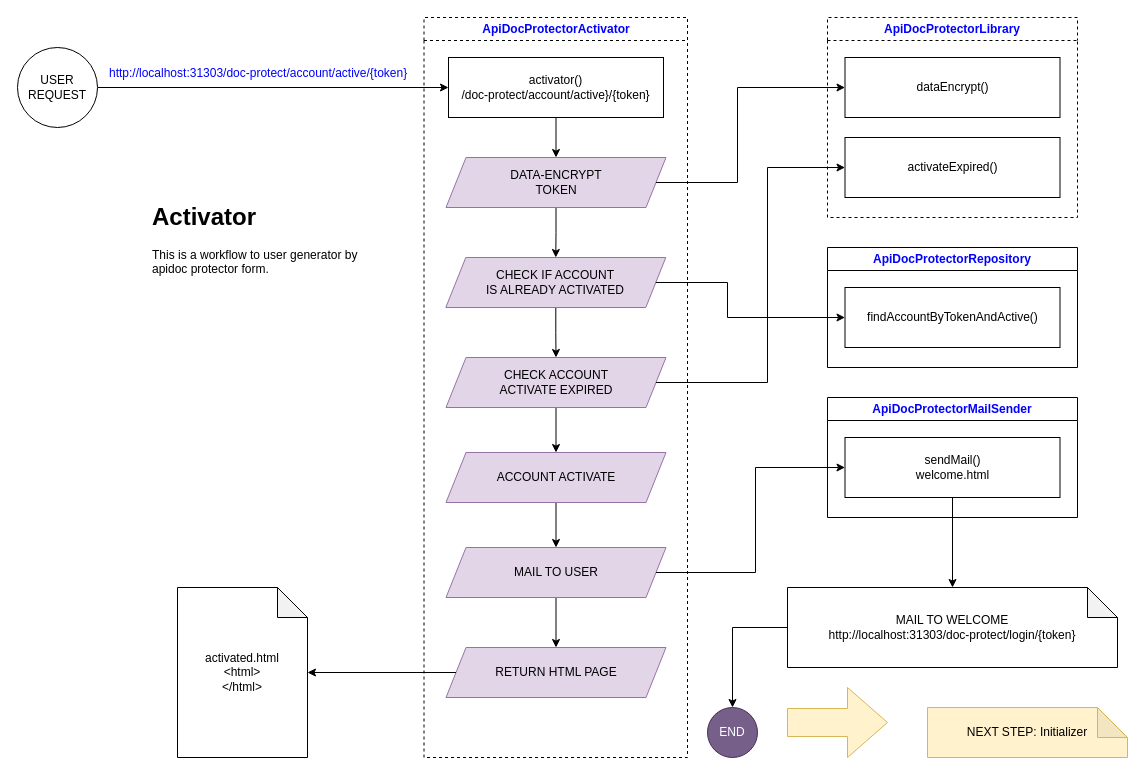
Before: page "Activator" (3 of 10) of midias/diagram-flow.drawio in huntercodexs/apidocprotector, a draw.io diagram. Source tidied: cells renumbered, new cells numbered last; positions are measured from the earlier drawing's top-left corner, leaving out a move shared by most shapes. Both pictures are drawn from the tidied source at 100%, with x=0, y=0 at pixel (17, 17).
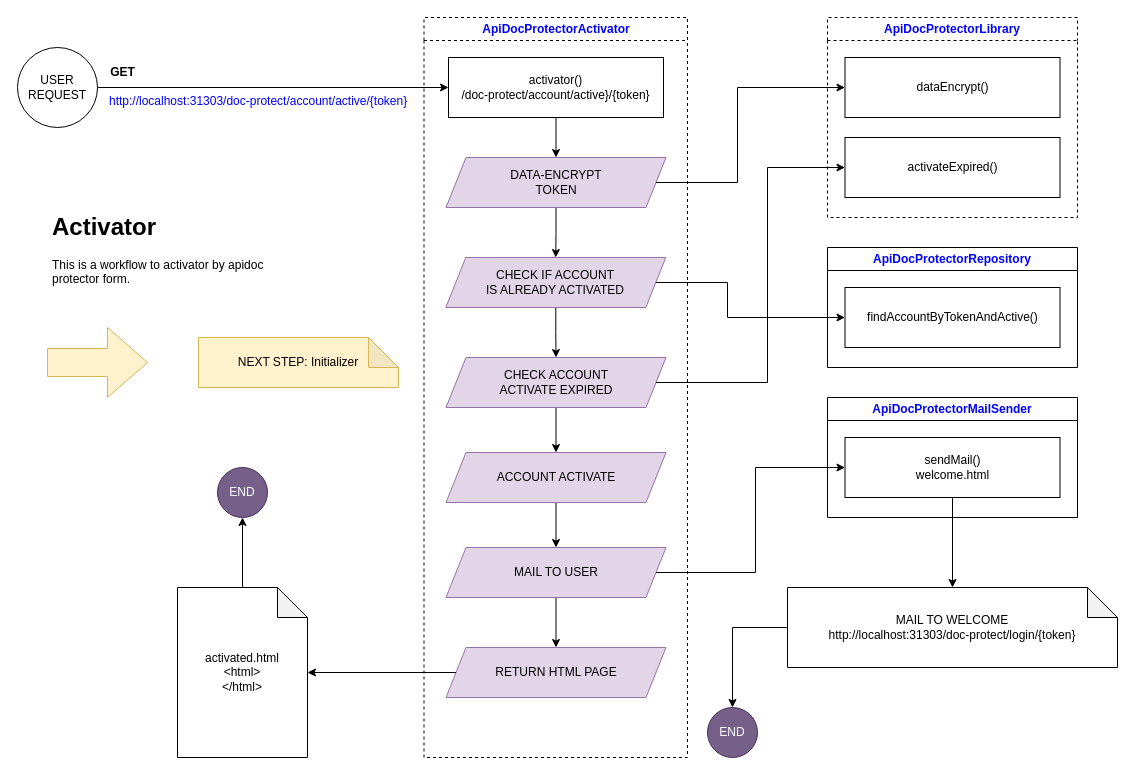
The same page after the edit.

The change refers to these unchanged cells:
```xml
<mxCell id="37" value="&lt;div&gt;activated.html&lt;/div&gt;&lt;div&gt;&amp;lt;html&amp;gt;&lt;/div&gt;&lt;div&gt;&amp;lt;/html&amp;gt;&lt;br&gt;&lt;/div&gt;" style="shape=note;whiteSpace=wrap;html=1;backgroundOutline=1;darkOpacity=0.05;" parent="1" vertex="1">
  <mxGeometry x="160" y="570" width="130" height="170" as="geometry" />
</mxCell>
```

Change to the diagram source:
```diff
@@
     <mxCell id="4" value="http://localhost:31303/doc-protect/account/active/{token}" style="text;whiteSpace=wrap;html=1;fontColor=#0000FF;" parent="1" vertex="1">
-      <mxGeometry x="90" y="42" width="310" height="20" as="geometry" />
+      <mxGeometry x="90" y="70" width="310" height="20" as="geometry" />
     </mxCell>
@@
     <mxCell id="25" value="&lt;div&gt;NEXT STEP: Initializer&lt;br&gt;&lt;/div&gt;" style="shape=note;whiteSpace=wrap;html=1;backgroundOutline=1;darkOpacity=0.05;fillColor=#fff2cc;strokeColor=#d6b656;" parent="1" vertex="1">
-      <mxGeometry x="910" y="690" width="200" height="50" as="geometry" />
+      <mxGeometry x="181" y="320" width="200" height="50" as="geometry" />
     </mxCell>
-    <mxCell id="26" value="&lt;h1&gt;Activator&lt;br&gt;&lt;/h1&gt;&lt;p&gt;This is a workflow to user generator by apidoc protector form.&lt;/p&gt;" style="text;html=1;strokeColor=none;fillColor=none;spacing=5;spacingTop=-20;whiteSpace=wrap;overflow=hidden;rounded=0;" parent="1" vertex="1">
-      <mxGeometry x="130" y="180" width="230" height="120" as="geometry" />
+    <mxCell id="26" value="&lt;h1&gt;Activator&lt;br&gt;&lt;/h1&gt;&lt;p&gt;This is a workflow to activator by apidoc protector form.&lt;/p&gt;" style="text;html=1;strokeColor=none;fillColor=none;spacing=5;spacingTop=-20;whiteSpace=wrap;overflow=hidden;rounded=0;" parent="1" vertex="1">
+      <mxGeometry x="30" y="190" width="230" height="120" as="geometry" />
     </mxCell>
@@
     <mxCell id="29" style="html=1;shadow=0;dashed=0;align=center;verticalAlign=middle;shape=mxgraph.arrows2.arrow;dy=0.6;dx=40;notch=0;fillColor=#fff2cc;strokeColor=#d6b656;" parent="1" vertex="1">
-      <mxGeometry x="770" y="670" width="100" height="70" as="geometry" />
+      <mxGeometry x="30" y="310" width="100" height="70" as="geometry" />
     </mxCell>
@@
+    <mxCell id="39" style="edgeStyle=orthogonalEdgeStyle;rounded=0;jettySize=auto;html=1;" parent="1" edge="1" source="37" target="40">
+      <mxGeometry relative="1" as="geometry" />
+    </mxCell>
@@
+    <mxCell id="40" value="END" style="ellipse;whiteSpace=wrap;html=1;fontColor=#ffffff;fillColor=#76608a;strokeColor=#432D57;" parent="1" vertex="1">
+      <mxGeometry x="200" y="450" width="50" height="50" as="geometry" />
+    </mxCell>
+    <mxCell id="41" value="GET" style="text;html=1;align=center;verticalAlign=middle;strokeColor=none;fillColor=none;fontStyle=1;" parent="1" vertex="1">
+      <mxGeometry x="80" y="40" width="50" height="30" as="geometry" />
+    </mxCell>
```
